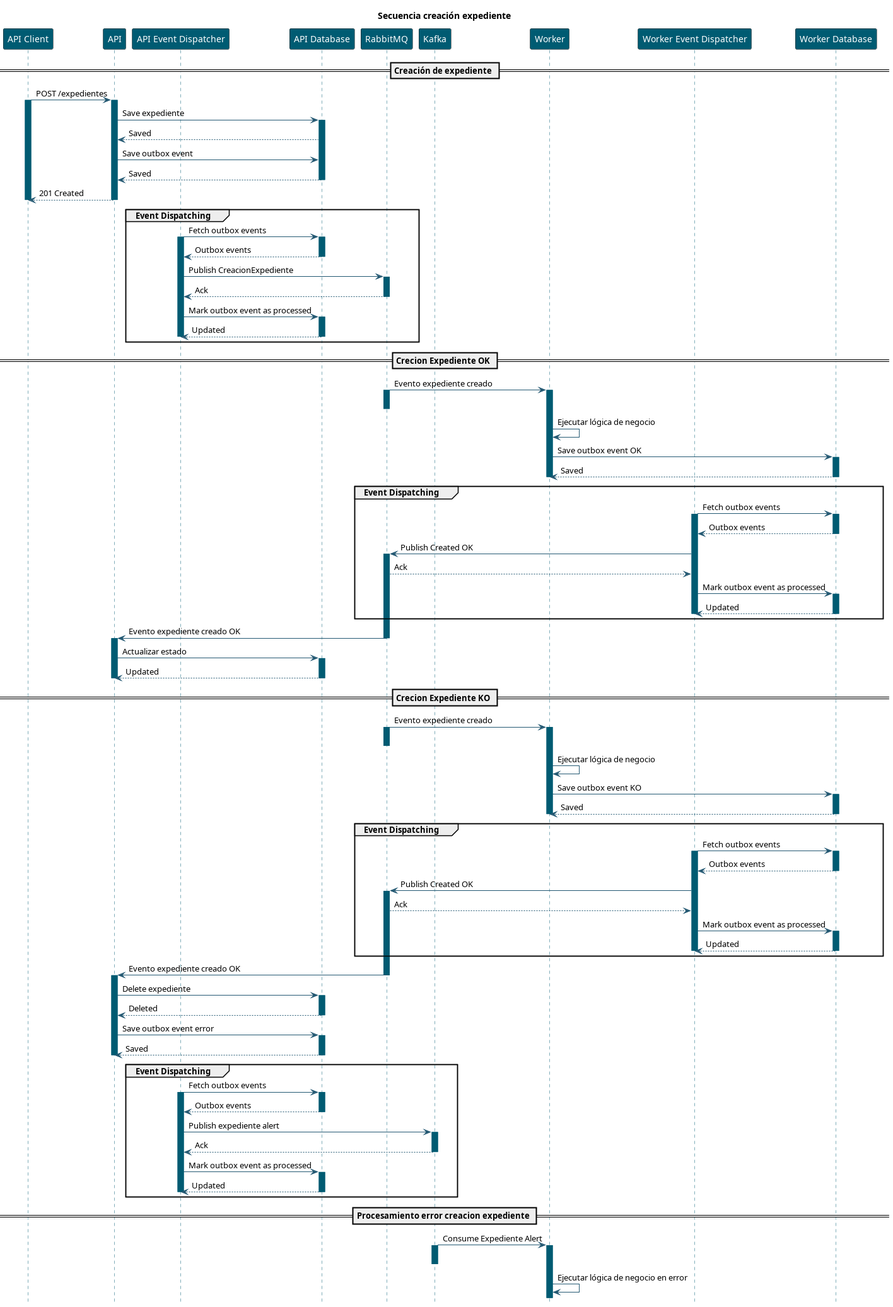
Above: images/sequence-diagram.png in labcabrera/sample-jakarta-basic-saga (PlantUML), before the change.
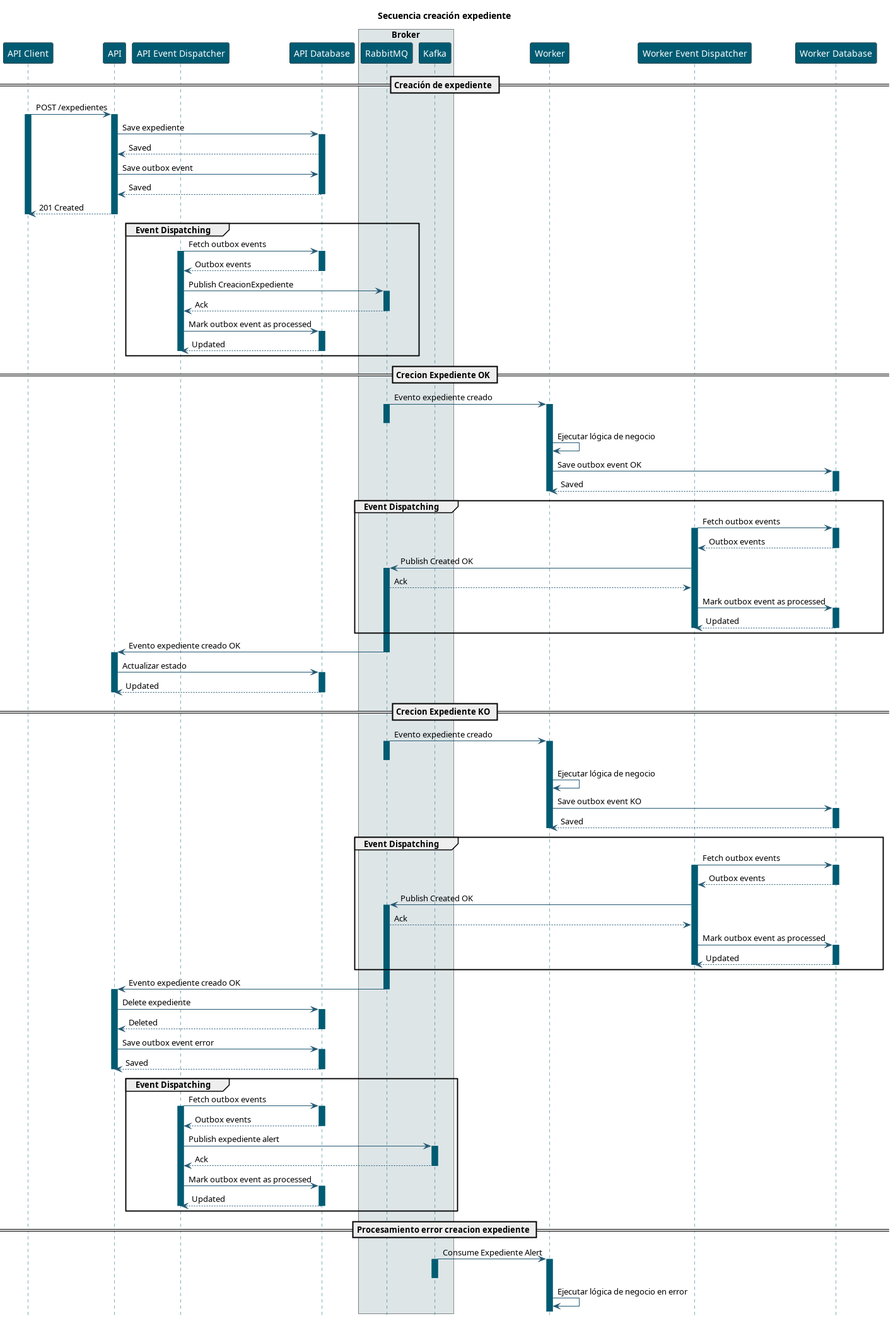
Above is the later version.

The edit, as a diff of the source:
```diff
@@ -1,4 +1,4 @@
-@startuml Secuencia creación expediente
+@startuml sequence-diagram
 title Secuencia creación expediente
 hide footbox
 
@@ -14,8 +14,10 @@
 participant "API" as API
 participant "API Event Dispatcher" as ApiEventDispatcher
 participant "API Database" as ApiDB
-participant "RabbitMQ" as Rabbit
-participant "Kafka" as Kafka
+box "Broker" #dde5e7
+    participant "RabbitMQ" as Rabbit
+    participant "Kafka" as Kafka
+end box
 participant "Worker" as Worker
 participant "Worker Event Dispatcher" as WorkerEventDispatcher
 participant "Worker Database" as WorkerDB
```
